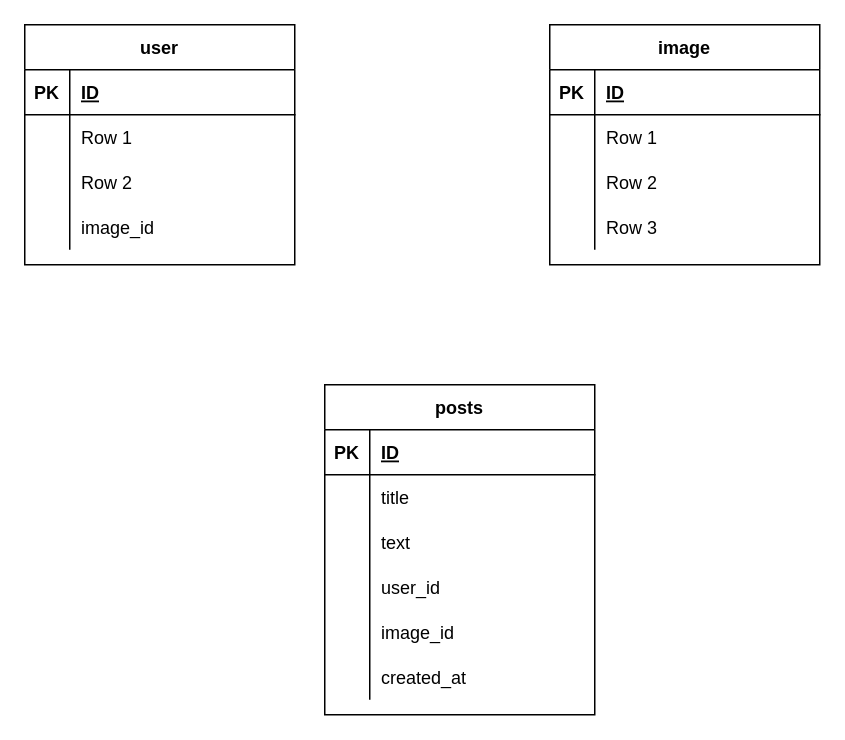
Before: docs/ER.drawio in 3582/Rails_portfolio, a draw.io diagram. Source tidied: cells renumbered, new cells numbered last; positions are measured from the earlier drawing's top-left corner, leaving out a move shared by most shapes. Both pictures are drawn from the tidied source at 150%, with x=0, y=0 at pixel (24, 24).
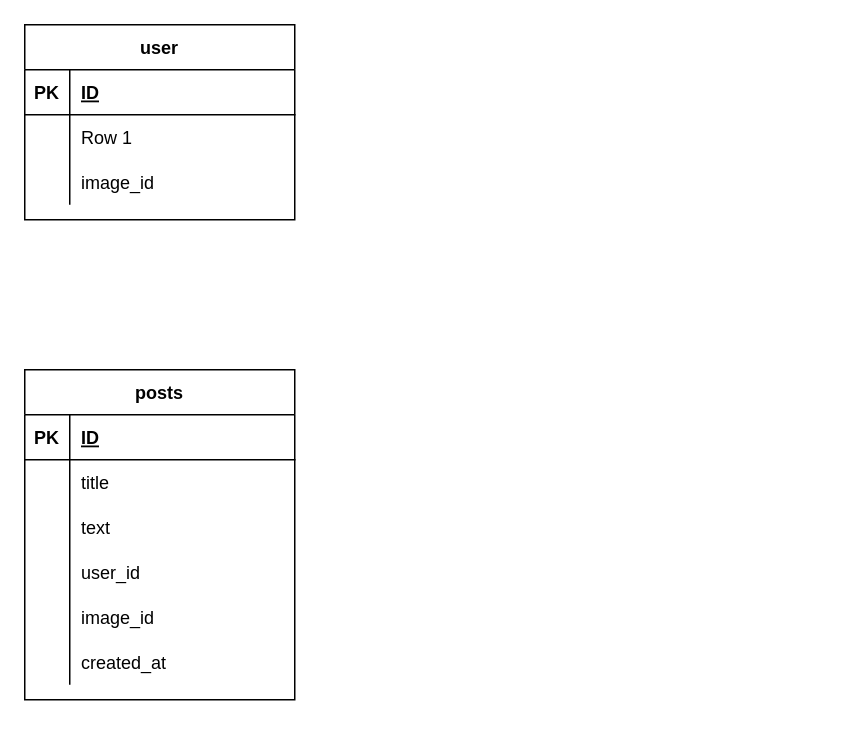
The same diagram, later.

Commit message:
ER.drawio を更新します

The change refers to these unchanged cells:
```xml
<mxCell id="9" style="shape=partialRectangle;fillColor=none;top=0;left=0;bottom=0;right=0;" parent="2" vertex="1">
  <mxGeometry y="90" width="180" height="30" as="geometry" />
</mxCell>
```

What changed in the source:
```diff
@@
     <mxCell id="2" value="user" style="shape=table;startSize=30;childLayout=tableLayout;rowLines=0;fontStyle=1;align=center;" parent="1" vertex="1">
-      <mxGeometry width="180" height="160" as="geometry" />
+      <mxGeometry width="180" height="130" as="geometry" />
     </mxCell>
@@
-    <mxCell id="11" value="Row 2" style="shape=partialRectangle;fillColor=none;top=0;left=0;bottom=0;right=0;align=left;spacingLeft=6;overflow=hidden;" parent="9" vertex="1">
+    <mxCell id="11" value="image_id" style="shape=partialRectangle;fillColor=none;top=0;left=0;bottom=0;right=0;align=left;spacingLeft=6;overflow=hidden;" parent="9" vertex="1">
       <mxGeometry x="30" width="150" height="30" as="geometry" />
     </mxCell>
-    <mxCell id="12" style="shape=partialRectangle;fillColor=none;top=0;left=0;bottom=0;right=0;" parent="2" vertex="1">
-      <mxGeometry y="120" width="180" height="30" as="geometry" />
-    </mxCell>
-    <mxCell id="13" style="shape=partialRectangle;fillColor=none;top=0;left=0;bottom=0;right=0;overflow=hidden;" parent="12" vertex="1">
-      <mxGeometry width="30" height="30" as="geometry" />
-    </mxCell>
-    <mxCell id="14" value="image_id" style="shape=partialRectangle;fillColor=none;top=0;left=0;bottom=0;right=0;align=left;spacingLeft=6;overflow=hidden;" parent="12" vertex="1">
-      <mxGeometry x="30" width="150" height="30" as="geometry" />
-    </mxCell>
     <mxCell id="15" value="posts" style="shape=table;startSize=30;childLayout=tableLayout;rowLines=0;fontStyle=1;align=center;" parent="1" vertex="1">
-      <mxGeometry x="200" y="240" width="180" height="220" as="geometry" />
+      <mxGeometry y="230" width="180" height="220" as="geometry" />
     </mxCell>
@@
-    <mxCell id="28" style="shape=partialRectangle;fillColor=none;top=0;left=0;bottom=0;right=0;" parent="15" vertex="1">
-      <mxGeometry y="150" width="180" height="30" as="geometry" />
-    </mxCell>
-    <mxCell id="29" style="shape=partialRectangle;fillColor=none;top=0;left=0;bottom=0;right=0;overflow=hidden;" parent="28" vertex="1">
-      <mxGeometry width="30" height="30" as="geometry" />
-    </mxCell>
-    <mxCell id="30" value="image_id" style="shape=partialRectangle;fillColor=none;top=0;left=0;bottom=0;right=0;align=left;spacingLeft=6;overflow=hidden;" parent="28" vertex="1">
-      <mxGeometry x="30" width="150" height="30" as="geometry" />
-    </mxCell>
     <mxCell id="31" style="shape=partialRectangle;fillColor=none;top=0;left=0;bottom=0;right=0;" parent="15" vertex="1">
-      <mxGeometry y="180" width="180" height="30" as="geometry" />
+      <mxGeometry y="150" width="180" height="30" as="geometry" />
     </mxCell>
@@
-    <mxCell id="33" value="created_at" style="shape=partialRectangle;fillColor=none;top=0;left=0;bottom=0;right=0;align=left;spacingLeft=6;overflow=hidden;" parent="31" vertex="1">
+    <mxCell id="33" value="image_id" style="shape=partialRectangle;fillColor=none;top=0;left=0;bottom=0;right=0;align=left;spacingLeft=6;overflow=hidden;" parent="31" vertex="1">
       <mxGeometry x="30" width="150" height="30" as="geometry" />
     </mxCell>
-    <mxCell id="34" value="image" style="shape=table;startSize=30;childLayout=tableLayout;rowLines=0;fontStyle=1;align=center;" parent="1" vertex="1">
-      <mxGeometry x="350" width="180" height="160" as="geometry" />
-    </mxCell>
-    <mxCell id="35" style="shape=partialRectangle;fillColor=none;top=0;left=0;bottom=1;right=0;" parent="34" vertex="1">
-      <mxGeometry y="30" width="180" height="30" as="geometry" />
-    </mxCell>
-    <mxCell id="36" value="PK" style="shape=partialRectangle;fillColor=none;top=0;left=0;bottom=0;right=0;fontStyle=1;overflow=hidden;" parent="35" vertex="1">
-      <mxGeometry width="30" height="30" as="geometry" />
-    </mxCell>
-    <mxCell id="37" value="ID" style="shape=partialRectangle;fillColor=none;top=0;left=0;bottom=0;right=0;align=left;spacingLeft=6;fontStyle=5;overflow=hidden;" parent="35" vertex="1">
-      <mxGeometry x="30" width="150" height="30" as="geometry" />
-    </mxCell>
-    <mxCell id="38" style="shape=partialRectangle;fillColor=none;top=0;left=0;bottom=0;right=0;" parent="34" vertex="1">
-      <mxGeometry y="60" width="180" height="30" as="geometry" />
-    </mxCell>
-    <mxCell id="39" style="shape=partialRectangle;fillColor=none;top=0;left=0;bottom=0;right=0;overflow=hidden;" parent="38" vertex="1">
-      <mxGeometry width="30" height="30" as="geometry" />
-    </mxCell>
-    <mxCell id="40" value="Row 1" style="shape=partialRectangle;fillColor=none;top=0;left=0;bottom=0;right=0;align=left;spacingLeft=6;overflow=hidden;" parent="38" vertex="1">
-      <mxGeometry x="30" width="150" height="30" as="geometry" />
-    </mxCell>
-    <mxCell id="41" style="shape=partialRectangle;fillColor=none;top=0;left=0;bottom=0;right=0;" parent="34" vertex="1">
-      <mxGeometry y="90" width="180" height="30" as="geometry" />
-    </mxCell>
-    <mxCell id="42" style="shape=partialRectangle;fillColor=none;top=0;left=0;bottom=0;right=0;overflow=hidden;" parent="41" vertex="1">
-      <mxGeometry width="30" height="30" as="geometry" />
-    </mxCell>
-    <mxCell id="43" value="Row 2" style="shape=partialRectangle;fillColor=none;top=0;left=0;bottom=0;right=0;align=left;spacingLeft=6;overflow=hidden;" parent="41" vertex="1">
-      <mxGeometry x="30" width="150" height="30" as="geometry" />
-    </mxCell>
-    <mxCell id="44" style="shape=partialRectangle;fillColor=none;top=0;left=0;bottom=0;right=0;" parent="34" vertex="1">
-      <mxGeometry y="120" width="180" height="30" as="geometry" />
-    </mxCell>
-    <mxCell id="45" style="shape=partialRectangle;fillColor=none;top=0;left=0;bottom=0;right=0;overflow=hidden;" parent="44" vertex="1">
-      <mxGeometry width="30" height="30" as="geometry" />
-    </mxCell>
-    <mxCell id="46" value="Row 3" style="shape=partialRectangle;fillColor=none;top=0;left=0;bottom=0;right=0;align=left;spacingLeft=6;overflow=hidden;" parent="44" vertex="1">
-      <mxGeometry x="30" width="150" height="30" as="geometry" />
-    </mxCell>
+    <mxCell id="47" style="shape=partialRectangle;fillColor=none;top=0;left=0;bottom=0;right=0;" parent="15" vertex="1">
+      <mxGeometry y="180" width="180" height="30" as="geometry" />
+    </mxCell>
+    <mxCell id="48" style="shape=partialRectangle;fillColor=none;top=0;left=0;bottom=0;right=0;overflow=hidden;" parent="47" vertex="1">
+      <mxGeometry width="30" height="30" as="geometry" />
+    </mxCell>
+    <mxCell id="49" value="created_at" style="shape=partialRectangle;fillColor=none;top=0;left=0;bottom=0;right=0;align=left;spacingLeft=6;overflow=hidden;" parent="47" vertex="1">
+      <mxGeometry x="30" width="150" height="30" as="geometry" />
+    </mxCell>
```
